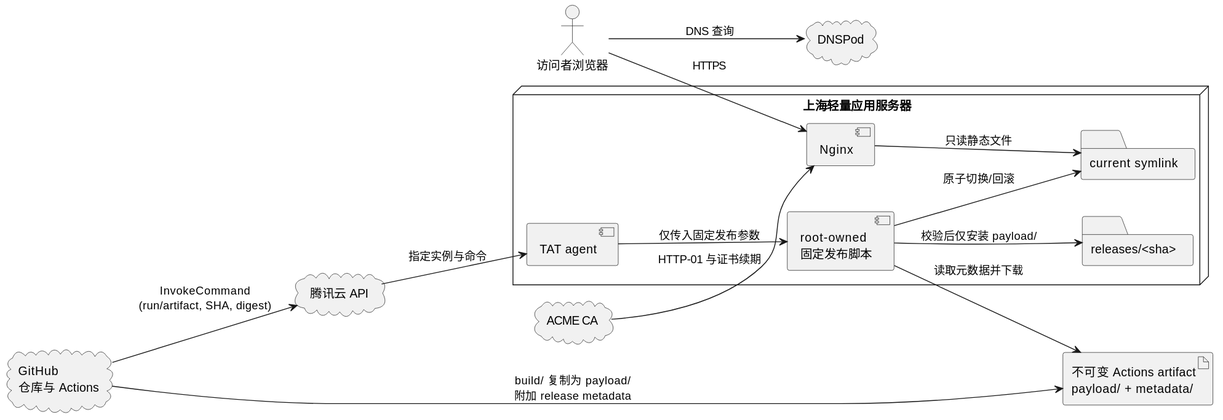
The PlantUML diagram docs/diagrams/production-architecture.svg in lyty1997/AxialMuseWebsite, before a commit.
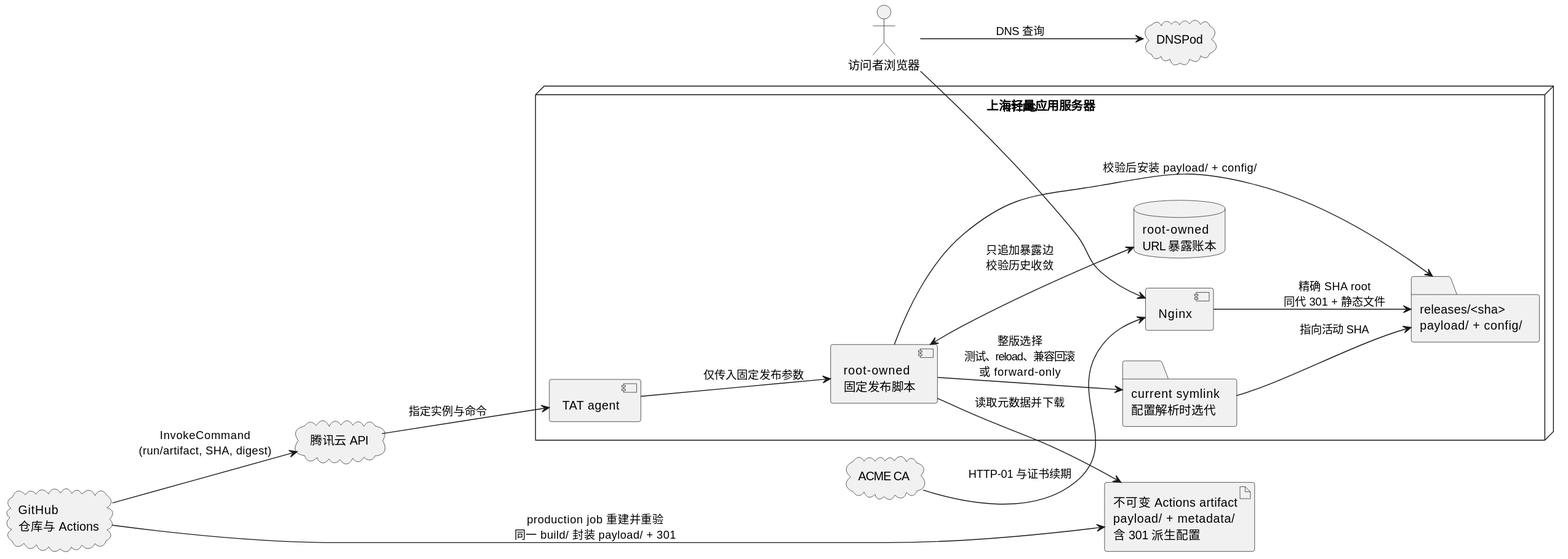
Above is the later version.

Commit message:
docs(release): bind redirects and artifact delivery / 绑定重定向与制品交付

What changed in the source:
```diff
@@ -3,26 +3,29 @@
 actor "访问者浏览器" as Browser
 cloud "DNSPod" as DNS
 cloud "GitHub\n仓库与 Actions" as GitHub
-artifact "不可变 Actions artifact\npayload/ + metadata/" as Artifact
+artifact "不可变 Actions artifact\npayload/ + metadata/\n含 301 派生配置" as Artifact
 cloud "腾讯云 API" as TencentApi
 cloud "ACME CA" as Acme
 node "上海轻量应用服务器" as Server {
   component "Nginx" as Nginx
   component "TAT agent" as Tat
   component "root-owned\n固定发布脚本" as Deploy
-  folder "releases/<sha>" as Releases
-  folder "current symlink" as Current
+  folder "releases/<sha>\npayload/ + config/" as Releases
+  folder "current symlink\n配置解析时选代" as Current
+  database "root-owned\nURL 暴露账本" as UrlLedger
 }
 
 Browser --> DNS : DNS 查询
 Browser --> Nginx : HTTPS
-Nginx --> Current : 只读静态文件
-GitHub --> Artifact : build/ 复制为 payload/\n附加 release metadata
+Nginx --> Releases : 精确 SHA root\n同代 301 + 静态文件
+GitHub --> Artifact : production job 重建并重验\n同一 build/ 封装 payload/ + 301
 GitHub --> TencentApi : InvokeCommand\n(run/artifact, SHA, digest)
 TencentApi --> Tat : 指定实例与命令
 Tat --> Deploy : 仅传入固定发布参数
 Deploy --> Artifact : 读取元数据并下载
-Deploy --> Releases : 校验后仅安装 payload/
-Deploy --> Current : 原子切换/回滚
+Deploy --> Releases : 校验后安装 payload/ + config/
+Deploy <--> UrlLedger : 只追加暴露边\n校验历史收敛
+Deploy --> Current : 整版选择\n测试、reload、兼容回滚\n或 forward-only
+Current --> Releases : 指向活动 SHA
 Acme --> Nginx : HTTP-01 与证书续期
 @enduml
```
